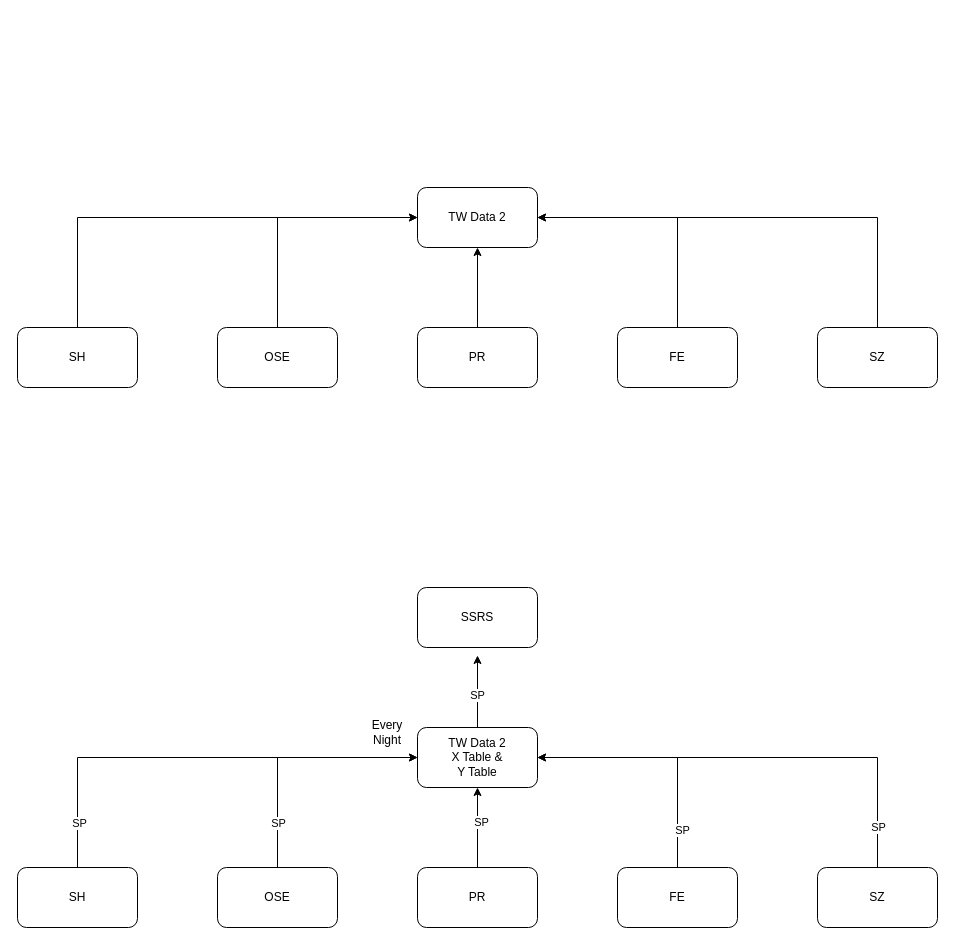
vinceliao99/MyDiagrams keeps this draw.io diagram as Untitled Diagram.drawio. Above is the earlier version. Source tidied: cells renumbered, new cells numbered last; positions are measured from the earlier drawing's top-left corner, leaving out a move shared by most shapes. Both pictures are drawn from the tidied source at 100%, with x=0, y=0 at pixel (17, 187).
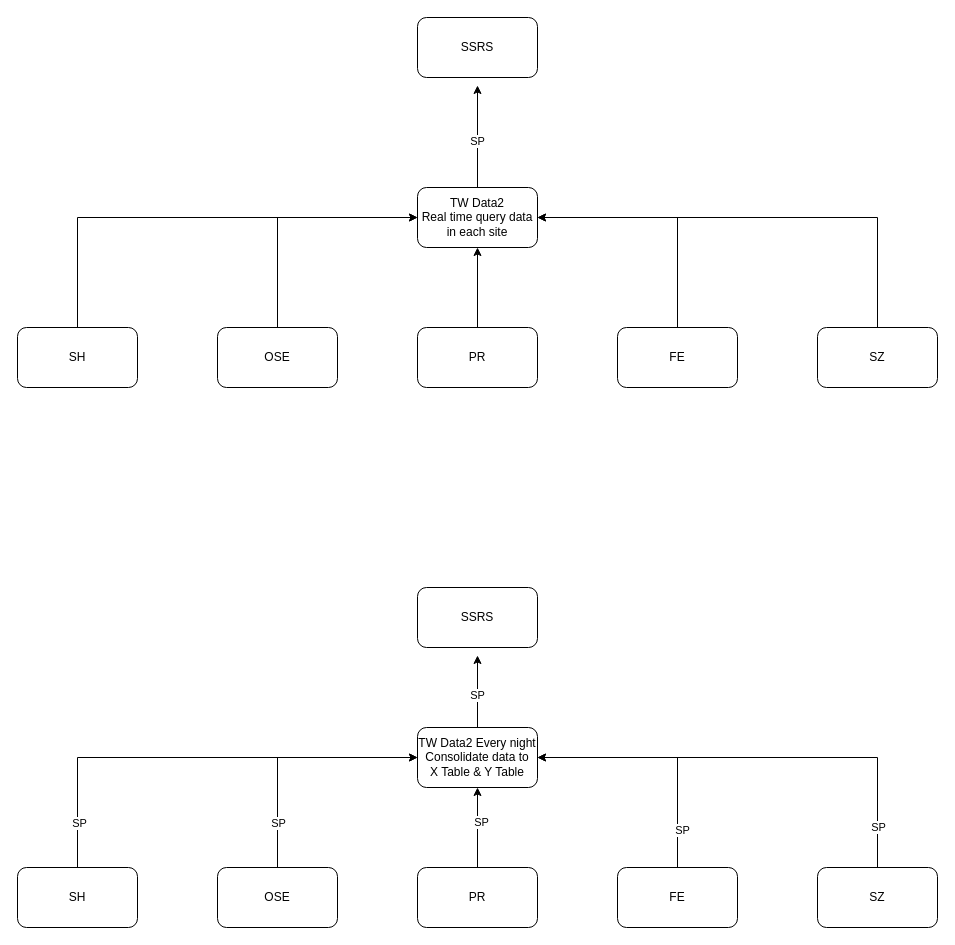
The same diagram, later.

Diff of the diagram source:
```diff
@@
-    <mxCell id="2" value="TW Data 2" style="rounded=1;whiteSpace=wrap;html=1;" parent="1" vertex="1">
+    <mxCell id="2" value="TW Data2&lt;br&gt;Real time query data in each site" style="rounded=1;whiteSpace=wrap;html=1;" parent="1" vertex="1">
       <mxGeometry x="400" width="120" height="60" as="geometry" />
     </mxCell>
@@
-    <mxCell id="13" value="TW Data 2&lt;br&gt;X Table &amp;amp;&lt;br&gt;Y Table" style="rounded=1;whiteSpace=wrap;html=1;" parent="1" vertex="1">
+    <mxCell id="13" value="TW Data2 Every night&lt;br&gt;Consolidate data to&lt;br&gt;X Table &amp;amp; Y Table" style="rounded=1;whiteSpace=wrap;html=1;" parent="1" vertex="1">
       <mxGeometry x="400" y="540" width="120" height="60" as="geometry" />
     </mxCell>
@@
-    <mxCell id="29" value="Every Night" style="text;html=1;align=center;verticalAlign=middle;whiteSpace=wrap;rounded=0;" parent="1" vertex="1">
-      <mxGeometry x="340" y="530" width="60" height="30" as="geometry" />
-    </mxCell>
@@
+    <mxCell id="33" value="SSRS" style="rounded=1;whiteSpace=wrap;html=1;" parent="1" vertex="1">
+      <mxGeometry x="400" y="-170" width="120" height="60" as="geometry" />
+    </mxCell>
+    <mxCell id="34" style="edgeStyle=orthogonalEdgeStyle;rounded=0;jettySize=auto;html=1;exitX=0.5;exitY=0;exitDx=0;exitDy=0;entryX=0.5;entryY=1.133;entryDx=0;entryDy=0;entryPerimeter=0;" parent="1" edge="1" source="2" target="33">
+      <mxGeometry relative="1" as="geometry" />
+    </mxCell>
+    <mxCell id="35" value="SP" style="edgeLabel;html=1;align=center;verticalAlign=middle;" parent="34" vertex="1">
+      <mxGeometry x="-0.08" y="1" relative="1" as="geometry" />
+    </mxCell>
```
